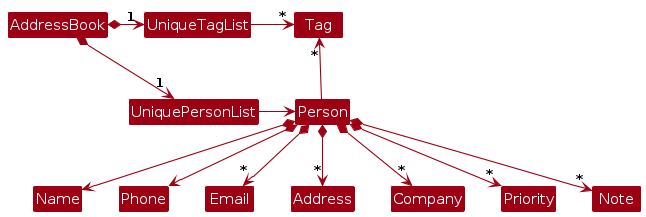
AY2324S2-CS2103T-F14-4/tp keeps this PlantUML diagram as diagrams/BetterModelClassDiagram.png. Above is the earlier version. Its source is kept beside it as diagrams/BetterModelClassDiagram.puml.
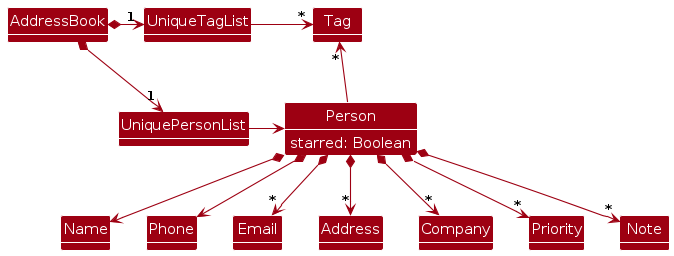
The same diagram one commit later.

Diff of the diagram source:
```diff
@@ -3,6 +3,11 @@
 skinparam arrowThickness 1.1
 skinparam arrowColor MODEL_COLOR
 skinparam classBackgroundColor MODEL_COLOR
+skinparam ClassAttributeFontSize 15
+skinparam ClassAttributeFontColor #FFFFFF
+skinparam ClassAttributeFontName Arial
+skinparam ClassAttributeFontStyle Normal
+
 
 AddressBook *-right-> "1" UniquePersonList
 AddressBook *-right-> "1" UniqueTagList
@@ -21,4 +26,5 @@
 Person *--> "*" Company
 Person *--> "*" Priority
 Person *--> "*" Note
+Person : starred: Boolean
 @enduml
```
